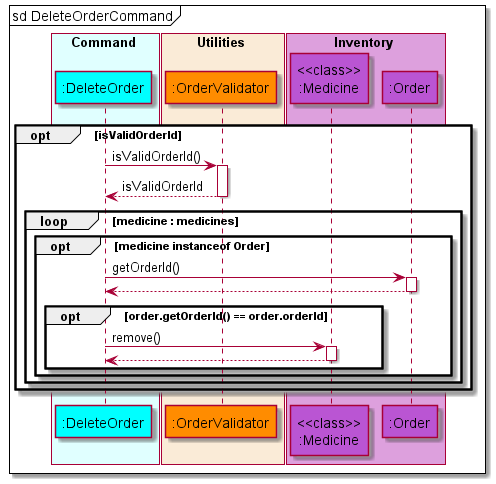
nus-cs2113-AY2122S1/tp keeps this PlantUML diagram as docs/diagrams/diagram_images/DeleteOrderSequenceDiagram.png. Above is the earlier version.
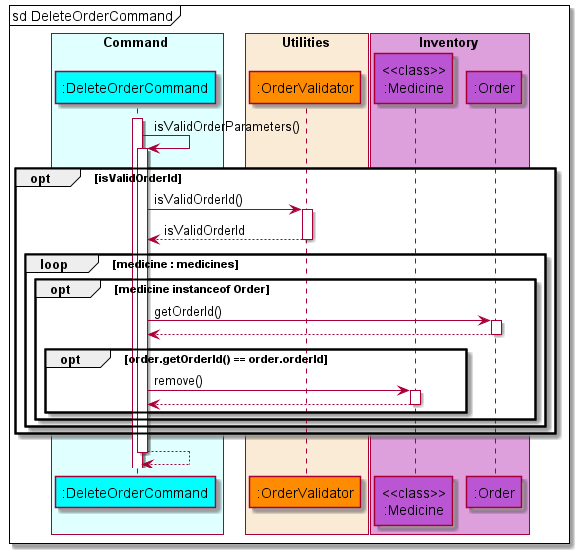
The same file after the commit.

What changed in the source:
```diff
@@ -3,7 +3,7 @@
 !include style.puml
 
 box Command COLOR_COMMAND_BOX
-    participant ":DeleteOrder" as deleteorder COLOR_COMMAND
+    participant ":DeleteOrderCommand" as deleteorder COLOR_COMMAND
 end box
 
 box Utilities COLOR_UTILITIES_BOX
@@ -17,6 +17,10 @@
 autoactivate on
 
 mainframe sd DeleteOrderCommand
+activate deleteorder
+
+deleteorder -> deleteorder : isValidOrderParameters()
+
     opt isValidOrderId
     deleteorder -> ordervalidator : isValidOrderId()
     deleteorder <-- ordervalidator : isValidOrderId
@@ -32,9 +36,9 @@
             end
         end
     end
-    end
+   end
+
+deleteorder --> deleteorder :
 
 
-    deactivate deleteorder
-
 @enduml
```
